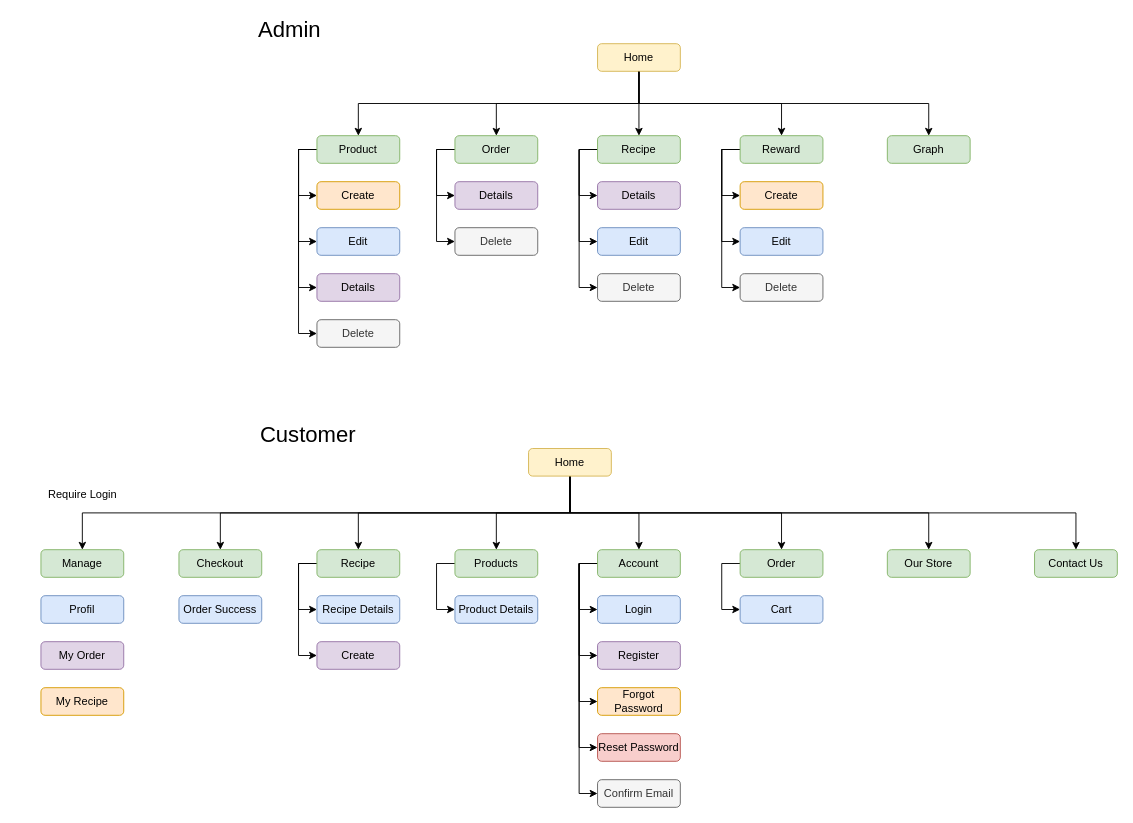
Earlier version of the draw.io diagram 709_SiteMap.drawio (Wavergg/721SoftwareEngineering). Source tidied: cells renumbered, new cells numbered last; positions are measured from the earlier drawing's top-left corner, leaving out a move shared by most shapes. Both pictures are drawn from the tidied source at 92%, with x=0, y=0 at pixel (40, 16).
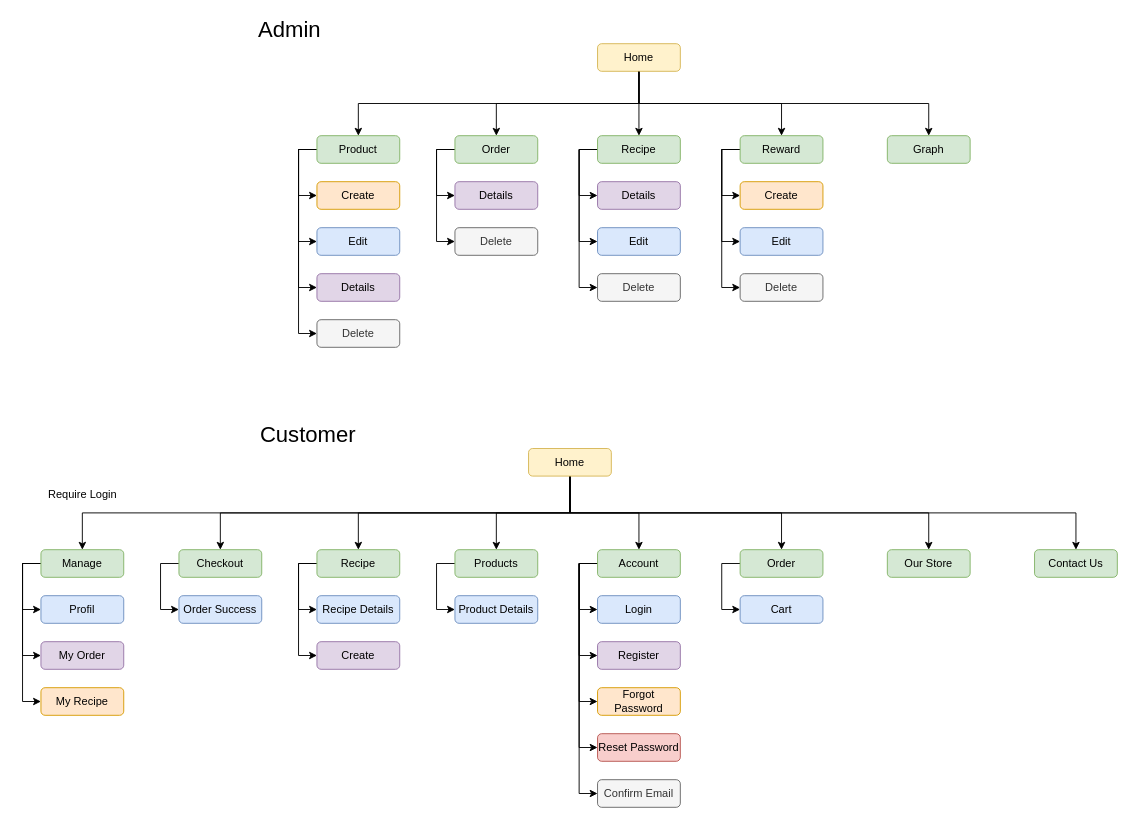
After the change.

The change refers to these unchanged cells:
```xml
<mxCell id="69" value="Checkout" style="rounded=1;whiteSpace=wrap;html=1;fontSize=12;fillColor=#d5e8d4;strokeColor=#82b366;" parent="1" vertex="1">
  <mxGeometry x="150" y="580" width="90" height="30" as="geometry" />
</mxCell>
<mxCell id="71" value="Manage" style="rounded=1;whiteSpace=wrap;html=1;fontSize=12;fillColor=#d5e8d4;strokeColor=#82b366;" parent="1" vertex="1">
  <mxGeometry y="580" width="90" height="30" as="geometry" />
</mxCell>
<mxCell id="73" value="Profil" style="rounded=1;whiteSpace=wrap;html=1;fontSize=12;fillColor=#dae8fc;strokeColor=#6c8ebf;" parent="1" vertex="1">
  <mxGeometry y="630" width="90" height="30" as="geometry" />
</mxCell>
<mxCell id="75" value="My Recipe" style="rounded=1;whiteSpace=wrap;html=1;fontSize=12;fillColor=#ffe6cc;strokeColor=#d79b00;" parent="1" vertex="1">
  <mxGeometry y="730" width="90" height="30" as="geometry" />
</mxCell>
<mxCell id="76" value="Order Success" style="rounded=1;whiteSpace=wrap;html=1;fontSize=12;fillColor=#dae8fc;strokeColor=#6c8ebf;" parent="1" vertex="1">
  <mxGeometry x="150" y="630" width="90" height="30" as="geometry" />
</mxCell>
```

What changed in the source:
```diff
@@
+    <mxCell id="79" style="edgeStyle=orthogonalEdgeStyle;rounded=0;jettySize=auto;html=1;entryX=0;entryY=0.5;entryDx=0;entryDy=0;" parent="1" edge="1" source="69" target="76">
+      <mxGeometry relative="1" as="geometry">
+        <Array as="points">
+          <mxPoint x="130" y="595" />
+          <mxPoint x="130" y="645" />
+        </Array>
+      </mxGeometry>
+    </mxCell>
@@
+    <mxCell id="80" style="edgeStyle=orthogonalEdgeStyle;rounded=0;jettySize=auto;html=1;exitX=0;exitY=0.5;exitDx=0;exitDy=0;entryX=0;entryY=0.5;entryDx=0;entryDy=0;" parent="1" edge="1" source="71" target="73">
+      <mxGeometry relative="1" as="geometry" />
+    </mxCell>
+    <mxCell id="81" style="edgeStyle=orthogonalEdgeStyle;rounded=0;jettySize=auto;html=1;" parent="1" edge="1" source="71">
+      <mxGeometry relative="1" as="geometry">
+        <mxPoint y="695" as="targetPoint" />
+        <Array as="points">
+          <mxPoint x="-20" y="595" />
+          <mxPoint x="-20" y="695" />
+          <mxPoint y="695" />
+        </Array>
+      </mxGeometry>
+    </mxCell>
+    <mxCell id="82" style="edgeStyle=orthogonalEdgeStyle;rounded=0;jettySize=auto;html=1;entryX=0;entryY=0.5;entryDx=0;entryDy=0;" parent="1" edge="1" source="71" target="75">
+      <mxGeometry relative="1" as="geometry">
+        <Array as="points">
+          <mxPoint x="-20" y="595" />
+          <mxPoint x="-20" y="745" />
+        </Array>
+      </mxGeometry>
+    </mxCell>
```
